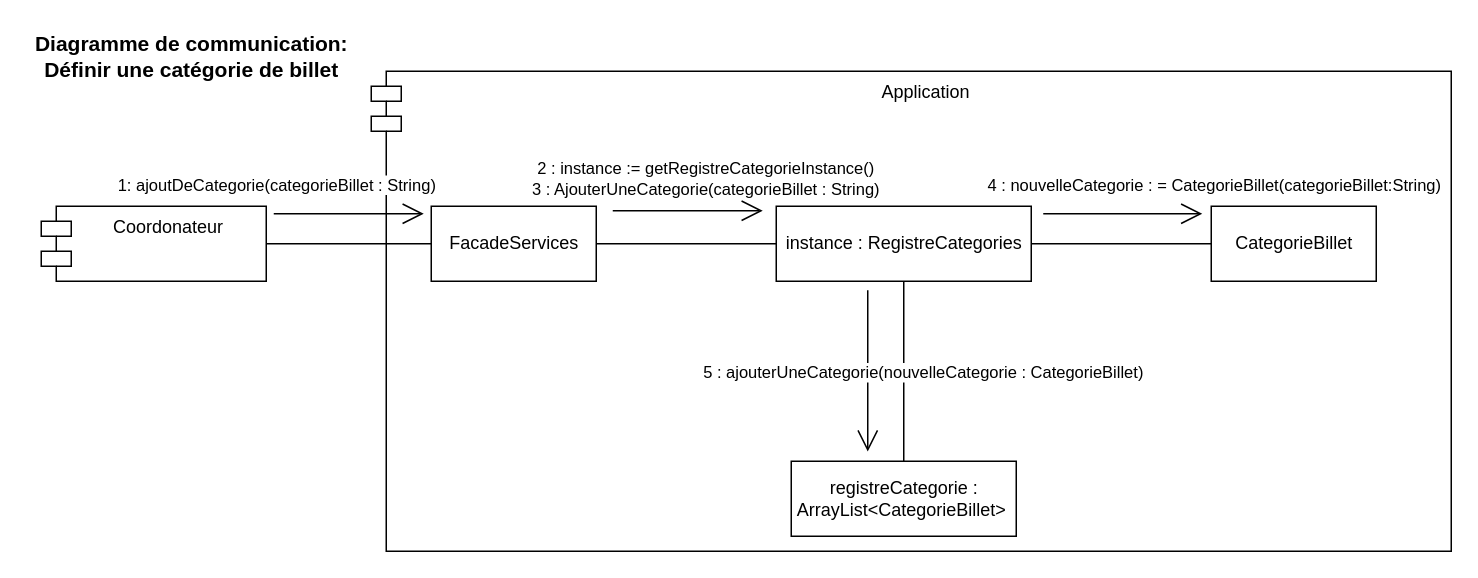
This is Diagrammes de conception/Diagrammes de communication/Definir_Categorie_UC.drawio from ChristWasTaken/Projet-Conception-et-Archictecture, a draw.io file, before an edit. Source tidied: cells renumbered, new cells numbered last; positions are measured from the earlier drawing's top-left corner, leaving out a move shared by most shapes. Both pictures are drawn from the tidied source at 150%, with x=0, y=0 at pixel (26, 26).
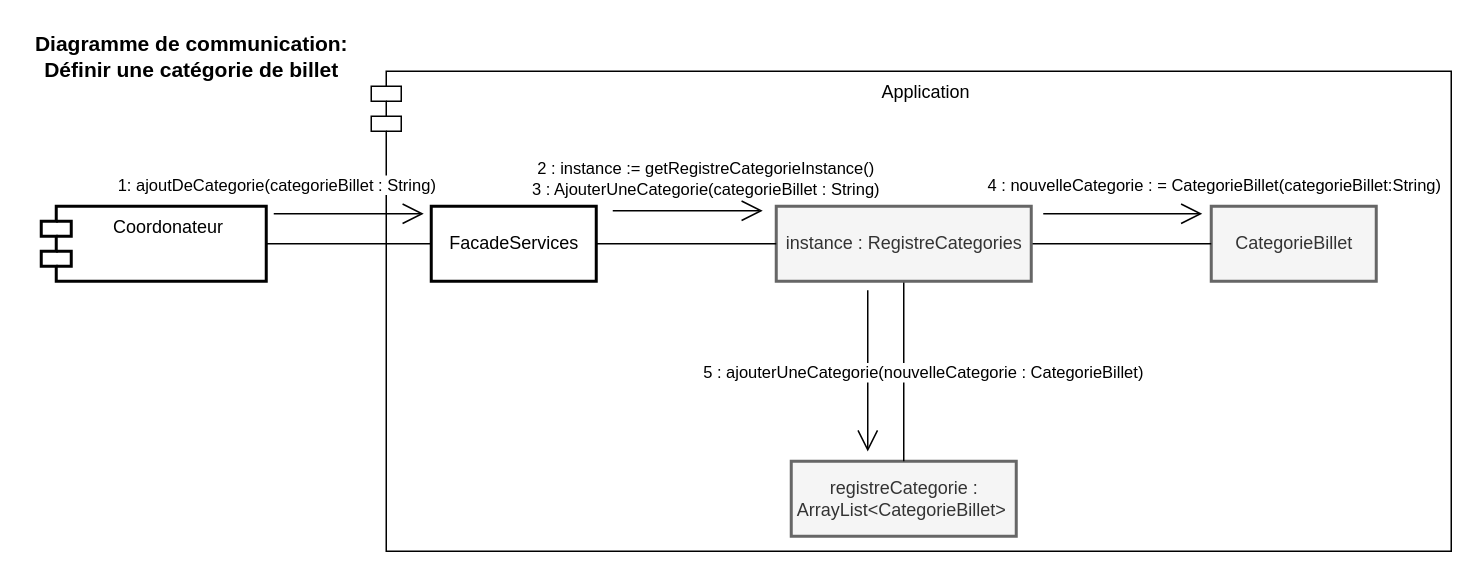
The same page after the edit.

Diff of the diagram source:
```diff
@@
-    <mxCell id="2" value="Coordonateur" style="shape=module;align=left;spacingLeft=20;align=center;verticalAlign=top;" parent="1" vertex="1">
+    <mxCell id="2" value="Coordonateur" style="shape=module;align=left;spacingLeft=20;align=center;verticalAlign=top;strokeWidth=2;" parent="1" vertex="1">
       <mxGeometry x="10" y="120" width="150" height="50" as="geometry" />
     </mxCell>
@@
-    <mxCell id="4" value="registreCategorie : &lt;br&gt;ArrayList&amp;lt;CategorieBillet&amp;gt;&amp;nbsp;" style="html=1;" parent="1" vertex="1">
+    <mxCell id="4" value="registreCategorie : &lt;br&gt;ArrayList&amp;lt;CategorieBillet&amp;gt;&amp;nbsp;" style="html=1;fillColor=#f5f5f5;fontColor=#333333;strokeColor=#666666;strokeWidth=2;" parent="1" vertex="1">
       <mxGeometry x="510" y="290" width="150" height="50" as="geometry" />
     </mxCell>
-    <mxCell id="5" value="CategorieBillet" style="html=1;" parent="1" vertex="1">
+    <mxCell id="5" value="CategorieBillet" style="html=1;fillColor=#f5f5f5;fontColor=#333333;strokeColor=#666666;strokeWidth=2;" parent="1" vertex="1">
       <mxGeometry x="790" y="120" width="110" height="50" as="geometry" />
     </mxCell>
@@
-    <mxCell id="8" value="instance : RegistreCategories" style="html=1;" parent="1" vertex="1">
+    <mxCell id="8" value="instance : RegistreCategories" style="html=1;fillColor=#f5f5f5;fontColor=#333333;strokeColor=#666666;strokeWidth=2;" parent="1" vertex="1">
       <mxGeometry x="500" y="120" width="170" height="50" as="geometry" />
     </mxCell>
@@
-    <mxCell id="10" value="FacadeServices" style="html=1;" parent="1" vertex="1">
+    <mxCell id="10" value="FacadeServices" style="html=1;strokeWidth=2;" parent="1" vertex="1">
       <mxGeometry x="270" y="120" width="110" height="50" as="geometry" />
     </mxCell>
```
